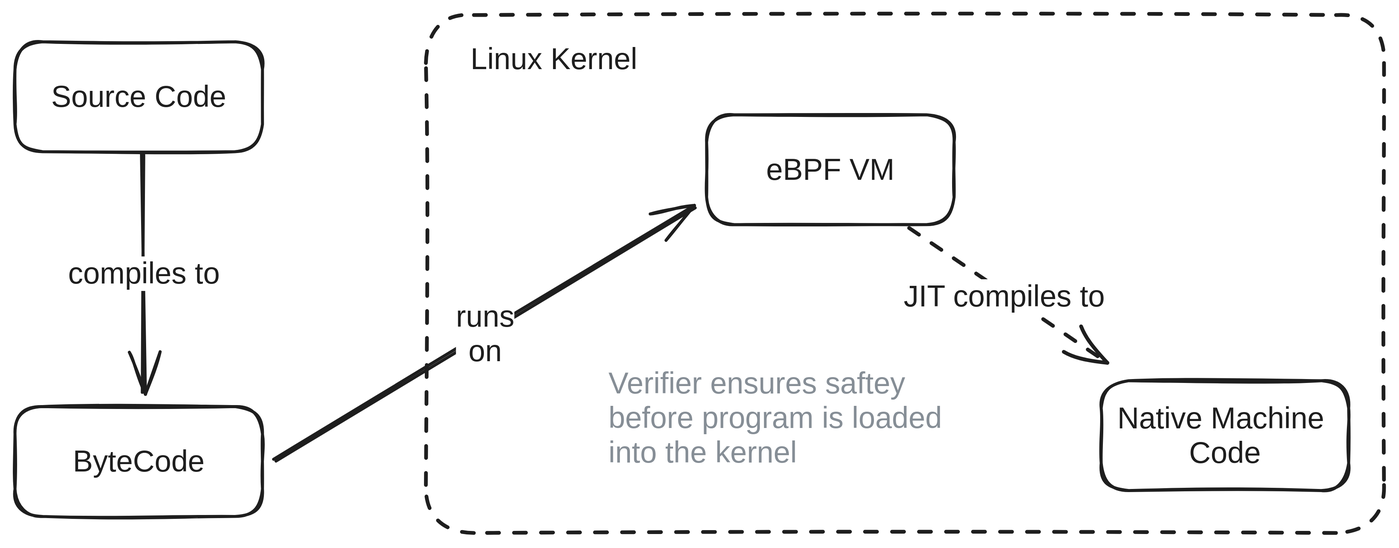
Above: presentation/public/ebpf_source_to_vm.excalidraw.svg in patrickpichler/beesting_talk (Excalidraw), before the change. Source tidied: one line per element, renumbered; positions are measured from the earlier drawing's top-left corner, leaving out a move shared by most shapes. Source of this version:
```json
{"id": 0, "type": "rectangle", "strokeColor": "#1e1e1e", "strokeWidth": 2, "roughness": 1, "round": true, "x": 0, "y": 18, "width": 165, "height": 73}
{"id": 1, "type": "text", "text": "Source Code", "strokeColor": "#1e1e1e", "strokeWidth": 2, "roughness": 1, "fontSize": 20, "fontFamily": 2, "textAlign": "center", "verticalAlign": "middle", "inside": 0, "x": 24, "y": 43, "width": 117, "height": 23}
{"id": 2, "type": "rectangle", "strokeColor": "#1e1e1e", "strokeWidth": 2, "roughness": 1, "round": true, "x": 461, "y": 67, "width": 165, "height": 73}
{"id": 3, "type": "text", "text": "eBPF VM", "strokeColor": "#1e1e1e", "strokeWidth": 2, "roughness": 1, "fontSize": 20, "fontFamily": 2, "textAlign": "center", "verticalAlign": "middle", "inside": 2, "x": 501, "y": 92, "width": 86, "height": 23}
{"id": 4, "type": "rectangle", "strokeColor": "#1e1e1e", "strokeWidth": 2, "roughness": 1, "round": true, "x": 0, "y": 261, "width": 165, "height": 73}
{"id": 5, "type": "text", "text": "ByteCode", "strokeColor": "#1e1e1e", "strokeWidth": 2, "roughness": 1, "fontSize": 20, "fontFamily": 2, "textAlign": "center", "verticalAlign": "middle", "inside": 4, "x": 39, "y": 286, "width": 88, "height": 23}
{"id": 6, "type": "arrow", "strokeColor": "#1e1e1e", "strokeWidth": 2, "roughness": 1, "endArrowhead": "arrow", "round": true, "from": 0, "to": 4, "x": 86, "y": 93, "width": 0, "height": 159, "points": [[0, 0], [0, 159]]}
{"id": 7, "type": "text", "text": "compiles to", "strokeColor": "#1e1e1e", "strokeWidth": 2, "roughness": 1, "fontSize": 20, "fontFamily": 2, "textAlign": "center", "verticalAlign": "middle", "inside": 6, "x": 35, "y": 161, "width": 101, "height": 23}
{"id": 8, "type": "arrow", "strokeColor": "#1e1e1e", "strokeWidth": 2, "roughness": 1, "endArrowhead": "arrow", "round": true, "from": 4, "to": 2, "x": 174, "y": 298, "width": 278, "height": 170, "points": [[0, 0], [278, -170]]}
{"id": 9, "type": "text", "text": "runs\non", "strokeColor": "#1e1e1e", "strokeWidth": 2, "roughness": 1, "fontSize": 20, "fontFamily": 2, "textAlign": "center", "verticalAlign": "middle", "inside": 8, "x": 294, "y": 190, "width": 39, "height": 46}
{"id": 10, "type": "rectangle", "strokeColor": "#1e1e1e", "strokeWidth": 2, "strokeStyle": "dashed", "roughness": 1, "round": true, "x": 274, "y": 0, "width": 639, "height": 345}
{"id": 11, "type": "text", "text": "Linux Kernel", "strokeColor": "#1e1e1e", "strokeWidth": 2, "roughness": 1, "fontSize": 20, "fontFamily": 2, "x": 304, "y": 18, "width": 111, "height": 23}
{"id": 12, "type": "rectangle", "strokeColor": "#1e1e1e", "strokeWidth": 2, "roughness": 1, "round": true, "x": 724, "y": 244, "width": 165, "height": 73}
{"id": 13, "type": "text", "text": "Native Machine \nCode", "strokeColor": "#1e1e1e", "strokeWidth": 2, "roughness": 1, "fontSize": 20, "fontFamily": 2, "textAlign": "center", "verticalAlign": "middle", "inside": 12, "x": 735, "y": 258, "width": 143, "height": 46}
{"id": 14, "type": "arrow", "strokeColor": "#1e1e1e", "strokeWidth": 2, "strokeStyle": "dashed", "roughness": 1, "endArrowhead": "arrow", "round": true, "from": 2, "to": 12, "x": 597, "y": 143, "width": 130, "height": 89, "points": [[0, 0], [130, 89]]}
{"id": 15, "type": "text", "text": "JIT compiles to ", "strokeColor": "#1e1e1e", "strokeWidth": 2, "strokeStyle": "dashed", "roughness": 1, "fontSize": 20, "fontFamily": 2, "textAlign": "center", "verticalAlign": "middle", "inside": 14, "x": 592, "y": 176, "width": 140, "height": 23}
{"id": 16, "type": "text", "text": "Verifier ensures saftey\nbefore program is loaded \ninto the kernel", "strokeColor": "#868e96", "strokeWidth": 2, "strokeStyle": "dashed", "roughness": 1, "fontSize": 20, "fontFamily": 2, "x": 396, "y": 234, "width": 228, "height": 69}
```
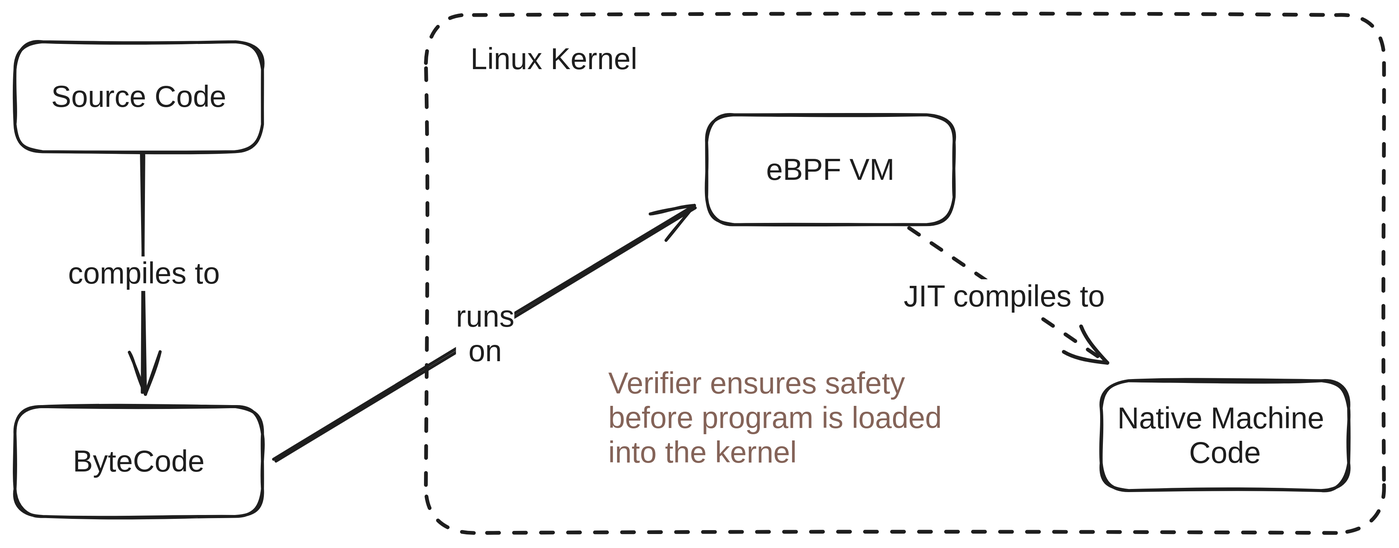
The same file after the commit.

The edit, as a diff of the source:
```diff
@@ -14,4 +14,4 @@
 {"id": 13, "type": "text", "text": "Native Machine \nCode", "strokeColor": "#1e1e1e", "strokeWidth": 2, "roughness": 1, "fontSize": 20, "fontFamily": 2, "textAlign": "center", "verticalAlign": "middle", "inside": 12, "x": 735, "y": 258, "width": 143, "height": 46}
 {"id": 14, "type": "arrow", "strokeColor": "#1e1e1e", "strokeWidth": 2, "strokeStyle": "dashed", "roughness": 1, "endArrowhead": "arrow", "round": true, "from": 2, "to": 12, "x": 597, "y": 143, "width": 130, "height": 89, "points": [[0, 0], [130, 89]]}
 {"id": 15, "type": "text", "text": "JIT compiles to ", "strokeColor": "#1e1e1e", "strokeWidth": 2, "strokeStyle": "dashed", "roughness": 1, "fontSize": 20, "fontFamily": 2, "textAlign": "center", "verticalAlign": "middle", "inside": 14, "x": 592, "y": 176, "width": 140, "height": 23}
-{"id": 16, "type": "text", "text": "Verifier ensures saftey\nbefore program is loaded \ninto the kernel", "strokeColor": "#868e96", "strokeWidth": 2, "strokeStyle": "dashed", "roughness": 1, "fontSize": 20, "fontFamily": 2, "x": 396, "y": 234, "width": 228, "height": 69}
+{"id": 16, "type": "text", "text": "Verifier ensures safety\nbefore program is loaded \ninto the kernel", "strokeColor": "#846358", "strokeWidth": 2, "strokeStyle": "dashed", "roughness": 1, "fontSize": 20, "fontFamily": 2, "x": 395, "y": 234, "width": 228, "height": 69}
```
